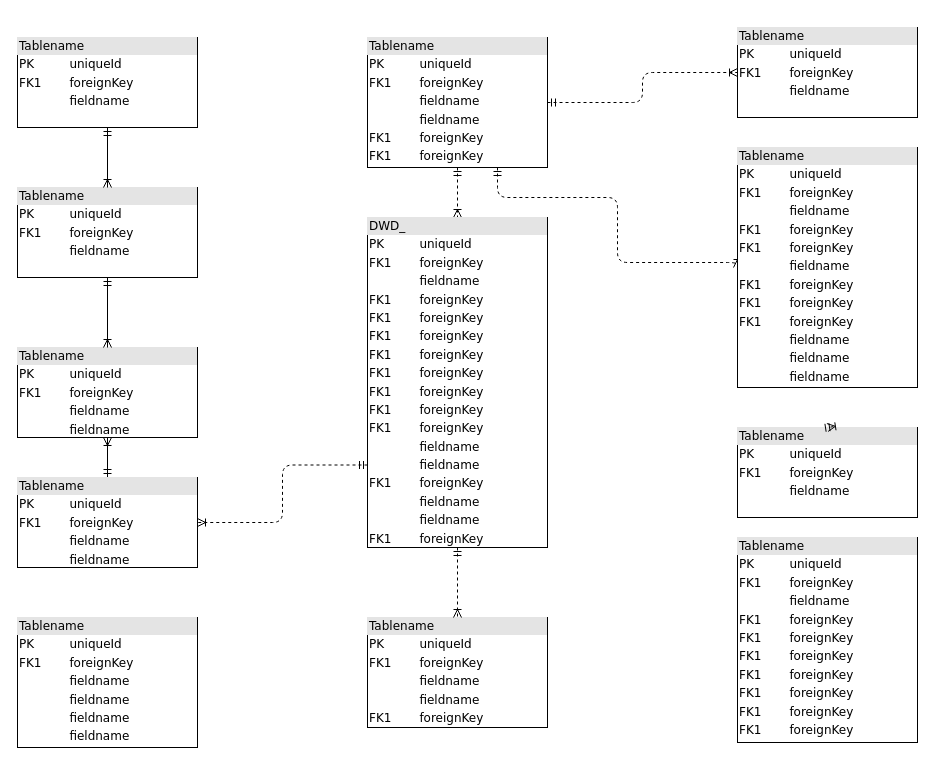
This is Untitled Diagram.drawio from YMS-QC/YMS-QC.github.io, a draw.io file, before an edit. Source tidied: cells renumbered, new cells numbered last; positions are measured from the earlier drawing's top-left corner, leaving out a move shared by most shapes. Both pictures are drawn from the tidied source at 100%, with x=0, y=0 at pixel (17, 27).
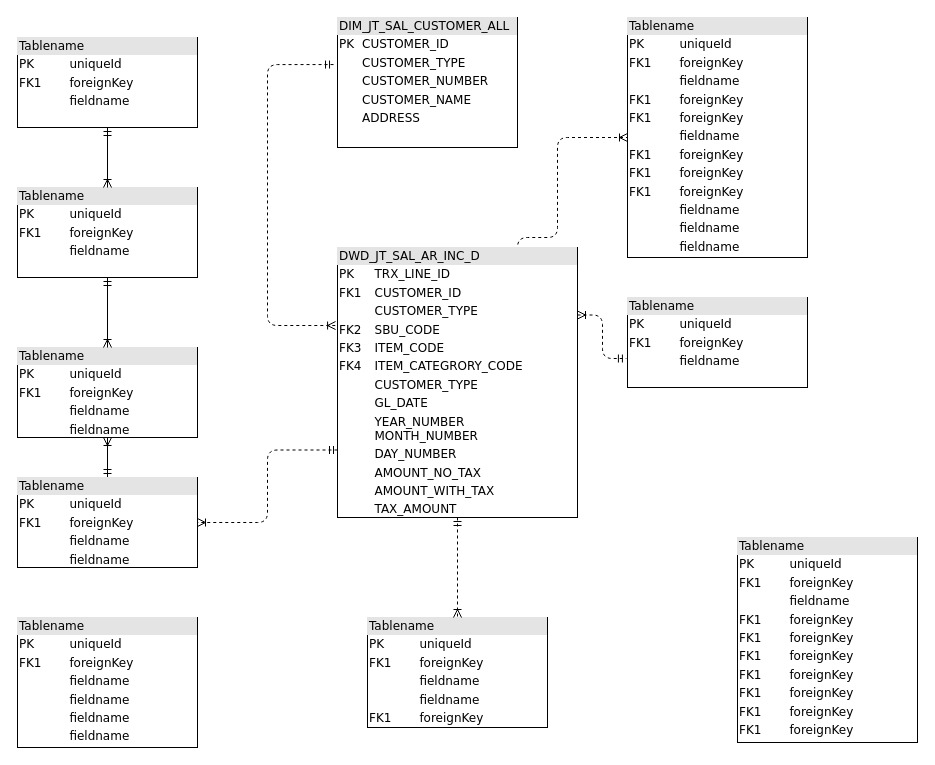
After the change.

What changed in the source:
```diff
@@
-    <mxCell id="3" style="edgeStyle=orthogonalEdgeStyle;html=1;entryX=0.5;entryY=0;dashed=1;labelBackgroundColor=none;startArrow=ERmandOne;endArrow=ERoneToMany;fontFamily=Verdana;fontSize=12;align=left;" parent="1" edge="1" source="6" target="16">
-      <mxGeometry relative="1" as="geometry" />
-    </mxCell>
-    <mxCell id="4" style="edgeStyle=orthogonalEdgeStyle;html=1;dashed=1;labelBackgroundColor=none;startArrow=ERmandOne;endArrow=ERoneToMany;fontFamily=Verdana;fontSize=12;align=left;entryX=0;entryY=0.5;" parent="1" edge="1" source="6" target="19">
+    <mxCell id="4" style="edgeStyle=orthogonalEdgeStyle;html=1;dashed=1;labelBackgroundColor=none;startArrow=ERmandOne;endArrow=ERoneToMany;fontFamily=Verdana;fontSize=12;align=left;entryX=0;entryY=0.5;exitX=0.75;exitY=0.056;exitDx=0;exitDy=0;exitPerimeter=0;rounded=1;" parent="1" edge="1" source="16" target="19">
       <mxGeometry relative="1" as="geometry">
         <Array as="points">
-          <mxPoint x="480" y="170" />
-          <mxPoint x="600" y="170" />
-          <mxPoint x="600" y="235" />
+          <mxPoint x="500" y="210" />
+          <mxPoint x="540" y="210" />
+          <mxPoint x="540" y="110" />
         </Array>
       </mxGeometry>
     </mxCell>
-    <mxCell id="5" style="edgeStyle=orthogonalEdgeStyle;html=1;dashed=1;labelBackgroundColor=none;startArrow=ERmandOne;endArrow=ERoneToMany;fontFamily=Verdana;fontSize=12;align=left;" parent="1" edge="1" source="6" target="20">
-      <mxGeometry relative="1" as="geometry" />
-    </mxCell>
-    <mxCell id="6" value="&lt;div style=&quot;box-sizing: border-box ; width: 100% ; background: #e4e4e4 ; padding: 2px&quot;&gt;Tablename&lt;/div&gt;&lt;table style=&quot;width: 100% ; font-size: 1em&quot; cellpadding=&quot;2&quot; cellspacing=&quot;0&quot;&gt;&lt;tbody&gt;&lt;tr&gt;&lt;td&gt;PK&lt;/td&gt;&lt;td&gt;uniqueId&lt;/td&gt;&lt;/tr&gt;&lt;tr&gt;&lt;td&gt;FK1&lt;/td&gt;&lt;td&gt;foreignKey&lt;/td&gt;&lt;/tr&gt;&lt;tr&gt;&lt;td&gt;&lt;/td&gt;&lt;td&gt;fieldname&lt;/td&gt;&lt;/tr&gt;&lt;tr&gt;&lt;td&gt;&lt;br&gt;&lt;/td&gt;&lt;td&gt;fieldname&lt;br&gt;&lt;/td&gt;&lt;/tr&gt;&lt;tr&gt;&lt;td&gt;FK1&lt;br&gt;&lt;/td&gt;&lt;td&gt;foreignKey&lt;br&gt;&lt;/td&gt;&lt;/tr&gt;&lt;tr&gt;&lt;td&gt;FK1&lt;br&gt;&lt;/td&gt;&lt;td&gt;foreignKey&lt;br&gt;&lt;/td&gt;&lt;/tr&gt;&lt;/tbody&gt;&lt;/table&gt;" style="verticalAlign=top;align=left;overflow=fill;html=1;rounded=0;shadow=0;comic=0;labelBackgroundColor=none;strokeWidth=1;fontFamily=Verdana;fontSize=12;" parent="1" vertex="1">
-      <mxGeometry x="350" y="10" width="180" height="130" as="geometry" />
+    <mxCell id="6" value="&lt;div style=&quot;box-sizing: border-box ; width: 100% ; background: #e4e4e4 ; padding: 2px&quot;&gt;DIM_JT_SAL_CUSTOMER_ALL&lt;/div&gt;&lt;table style=&quot;width: 100% ; font-size: 1em&quot; cellpadding=&quot;2&quot; cellspacing=&quot;0&quot;&gt;&lt;tbody&gt;&lt;tr&gt;&lt;td&gt;PK&lt;/td&gt;&lt;td&gt;CUSTOMER_ID&lt;/td&gt;&lt;/tr&gt;&lt;tr&gt;&lt;td&gt;&lt;br&gt;&lt;/td&gt;&lt;td&gt;CUSTOMER_TYPE&lt;/td&gt;&lt;/tr&gt;&lt;tr&gt;&lt;td&gt;&lt;/td&gt;&lt;td&gt;CUSTOMER_NUMBER&lt;/td&gt;&lt;/tr&gt;&lt;tr&gt;&lt;td&gt;&lt;br&gt;&lt;/td&gt;&lt;td&gt;CUSTOMER_NAME&lt;/td&gt;&lt;/tr&gt;&lt;tr&gt;&lt;td&gt;&lt;br&gt;&lt;/td&gt;&lt;td&gt;ADDRESS&lt;/td&gt;&lt;/tr&gt;&lt;tr&gt;&lt;td&gt;&lt;br&gt;&lt;/td&gt;&lt;td&gt;&lt;br&gt;&lt;/td&gt;&lt;/tr&gt;&lt;/tbody&gt;&lt;/table&gt;" style="verticalAlign=top;align=left;overflow=fill;html=1;rounded=0;shadow=0;comic=0;labelBackgroundColor=none;strokeWidth=1;fontFamily=Verdana;fontSize=12;" parent="1" vertex="1">
+      <mxGeometry x="320" y="-10" width="180" height="130" as="geometry" />
     </mxCell>
@@
+    <mxCell id="23" style="edgeStyle=orthogonalEdgeStyle;rounded=1;jettySize=auto;html=1;exitX=1;exitY=0.25;exitDx=0;exitDy=0;strokeColor=#000000;dashed=1;endArrow=ERmandOne;endFill=0;entryX=-0.006;entryY=0.678;entryDx=0;entryDy=0;entryPerimeter=0;startArrow=ERoneToMany;startFill=0;" parent="1" edge="1" source="16" target="17">
+      <mxGeometry relative="1" as="geometry" />
+    </mxCell>
-    <mxCell id="16" value="&lt;div style=&quot;box-sizing: border-box ; width: 100% ; background: #e4e4e4 ; padding: 2px&quot;&gt;DWD_&lt;/div&gt;&lt;table style=&quot;width: 100% ; font-size: 1em&quot; cellpadding=&quot;2&quot; cellspacing=&quot;0&quot;&gt;&lt;tbody&gt;&lt;tr&gt;&lt;td&gt;PK&lt;/td&gt;&lt;td&gt;uniqueId&lt;/td&gt;&lt;/tr&gt;&lt;tr&gt;&lt;td&gt;FK1&lt;/td&gt;&lt;td&gt;foreignKey&lt;/td&gt;&lt;/tr&gt;&lt;tr&gt;&lt;td&gt;&lt;/td&gt;&lt;td&gt;fieldname&lt;/td&gt;&lt;/tr&gt;&lt;tr&gt;&lt;td&gt;FK1&lt;br&gt;&lt;/td&gt;&lt;td&gt;foreignKey&lt;br&gt;&lt;/td&gt;&lt;/tr&gt;&lt;tr&gt;&lt;td&gt;FK1&lt;br&gt;&lt;/td&gt;&lt;td&gt;foreignKey&lt;br&gt;&lt;/td&gt;&lt;/tr&gt;&lt;tr&gt;&lt;td&gt;FK1&lt;br&gt;&lt;/td&gt;&lt;td&gt;foreignKey&lt;br&gt;&lt;/td&gt;&lt;/tr&gt;&lt;tr&gt;&lt;td&gt;FK1&lt;br&gt;&lt;/td&gt;&lt;td&gt;foreignKey&lt;br&gt;&lt;/td&gt;&lt;/tr&gt;&lt;tr&gt;&lt;td&gt;FK1&lt;br&gt;&lt;/td&gt;&lt;td&gt;foreignKey&lt;br&gt;&lt;/td&gt;&lt;/tr&gt;&lt;tr&gt;&lt;td&gt;FK1&lt;br&gt;&lt;/td&gt;&lt;td&gt;foreignKey&lt;br&gt;&lt;/td&gt;&lt;/tr&gt;&lt;tr&gt;&lt;td&gt;FK1&lt;br&gt;&lt;/td&gt;&lt;td&gt;foreignKey&lt;br&gt;&lt;/td&gt;&lt;/tr&gt;&lt;tr&gt;&lt;td&gt;FK1&lt;br&gt;&lt;/td&gt;&lt;td&gt;foreignKey&lt;br&gt;&lt;/td&gt;&lt;/tr&gt;&lt;tr&gt;&lt;td&gt;&lt;br&gt;&lt;/td&gt;&lt;td&gt;fieldname&lt;br&gt;&lt;/td&gt;&lt;/tr&gt;&lt;tr&gt;&lt;td&gt;&lt;br&gt;&lt;/td&gt;&lt;td&gt;fieldname&lt;br&gt;&lt;/td&gt;&lt;/tr&gt;&lt;tr&gt;&lt;td&gt;FK1&lt;br&gt;&lt;/td&gt;&lt;td&gt;foreignKey&lt;br&gt;&lt;/td&gt;&lt;/tr&gt;&lt;tr&gt;&lt;td&gt;&lt;br&gt;&lt;/td&gt;&lt;td&gt;fieldname&lt;br&gt;&lt;/td&gt;&lt;/tr&gt;&lt;tr&gt;&lt;td&gt;&lt;br&gt;&lt;/td&gt;&lt;td&gt;fieldname&lt;br&gt;&lt;/td&gt;&lt;/tr&gt;&lt;tr&gt;&lt;td&gt;FK1&lt;br&gt;&lt;/td&gt;&lt;td&gt;foreignKey&lt;br&gt;&lt;/td&gt;&lt;/tr&gt;&lt;/tbody&gt;&lt;/table&gt;" style="verticalAlign=top;align=left;overflow=fill;html=1;rounded=0;shadow=0;comic=0;labelBackgroundColor=none;strokeWidth=1;fontFamily=Verdana;fontSize=12;" parent="1" vertex="1">
-      <mxGeometry x="350" y="190" width="180" height="330" as="geometry" />
+    <mxCell id="16" value="&lt;div style=&quot;box-sizing: border-box ; width: 100% ; background: #e4e4e4 ; padding: 2px&quot;&gt;DWD_JT_SAL_AR_INC_D&lt;/div&gt;&lt;table style=&quot;width: 100% ; font-size: 1em&quot; cellpadding=&quot;2&quot; cellspacing=&quot;0&quot;&gt;&lt;tbody&gt;&lt;tr&gt;&lt;td&gt;PK&lt;/td&gt;&lt;td&gt;TRX_LINE_ID&lt;/td&gt;&lt;/tr&gt;&lt;tr&gt;&lt;td&gt;FK1&lt;/td&gt;&lt;td&gt;CUSTOMER_ID&lt;/td&gt;&lt;/tr&gt;&lt;tr&gt;&lt;td&gt;&lt;br&gt;&lt;/td&gt;&lt;td&gt;CUSTOMER_TYPE&lt;/td&gt;&lt;/tr&gt;&lt;tr&gt;&lt;td&gt;FK2&lt;br&gt;&lt;/td&gt;&lt;td&gt;SBU_CODE&lt;br&gt;&lt;/td&gt;&lt;/tr&gt;&lt;tr&gt;&lt;td&gt;FK3&lt;br&gt;&lt;/td&gt;&lt;td&gt;ITEM_CODE&lt;/td&gt;&lt;/tr&gt;&lt;tr&gt;&lt;td&gt;FK4&lt;br&gt;&lt;/td&gt;&lt;td&gt;ITEM_CATEGRORY_CODE&lt;/td&gt;&lt;/tr&gt;&lt;tr&gt;&lt;td&gt;&lt;br&gt;&lt;/td&gt;&lt;td&gt;CUSTOMER_TYPE&lt;/td&gt;&lt;/tr&gt;&lt;tr&gt;&lt;td&gt;&lt;br&gt;&lt;/td&gt;&lt;td&gt;GL_DATE&lt;br&gt;&lt;/td&gt;&lt;/tr&gt;&lt;tr&gt;&lt;td&gt;&lt;br&gt;&lt;/td&gt;&lt;td&gt;YEAR_NUMBER&lt;br&gt;MONTH_NUMBER&lt;/td&gt;&lt;/tr&gt;&lt;tr&gt;&lt;td&gt;&lt;br&gt;&lt;/td&gt;&lt;td&gt;DAY_NUMBER&lt;/td&gt;&lt;/tr&gt;&lt;tr&gt;&lt;td&gt;&lt;br&gt;&lt;/td&gt;&lt;td&gt;AMOUNT_NO_TAX&lt;/td&gt;&lt;/tr&gt;&lt;tr&gt;&lt;td&gt;&lt;br&gt;&lt;/td&gt;&lt;td&gt;AMOUNT_WITH_TAX&lt;/td&gt;&lt;/tr&gt;&lt;tr&gt;&lt;td&gt;&lt;br&gt;&lt;/td&gt;&lt;td&gt;TAX_AMOUNT&lt;/td&gt;&lt;/tr&gt;&lt;/tbody&gt;&lt;/table&gt;" style="verticalAlign=top;align=left;overflow=fill;html=1;rounded=0;shadow=0;comic=0;labelBackgroundColor=none;strokeWidth=1;fontFamily=Verdana;fontSize=12;" parent="1" vertex="1">
+      <mxGeometry x="320" y="220" width="240" height="270" as="geometry" />
     </mxCell>
     <mxCell id="17" value="&lt;div style=&quot;box-sizing:border-box;width:100%;background:#e4e4e4;padding:2px;&quot;&gt;Tablename&lt;/div&gt;&lt;table style=&quot;width:100%;font-size:1em;&quot; cellpadding=&quot;2&quot; cellspacing=&quot;0&quot;&gt;&lt;tr&gt;&lt;td&gt;PK&lt;/td&gt;&lt;td&gt;uniqueId&lt;/td&gt;&lt;/tr&gt;&lt;tr&gt;&lt;td&gt;FK1&lt;/td&gt;&lt;td&gt;foreignKey&lt;/td&gt;&lt;/tr&gt;&lt;tr&gt;&lt;td&gt;&lt;/td&gt;&lt;td&gt;fieldname&lt;/td&gt;&lt;/tr&gt;&lt;/table&gt;" style="verticalAlign=top;align=left;overflow=fill;html=1;rounded=0;shadow=0;comic=0;labelBackgroundColor=none;strokeWidth=1;fontFamily=Verdana;fontSize=12;" parent="1" vertex="1">
-      <mxGeometry x="720" y="400" width="180" height="90" as="geometry" />
+      <mxGeometry x="610" y="270" width="180" height="90" as="geometry" />
     </mxCell>
-    <mxCell id="18" style="edgeStyle=orthogonalEdgeStyle;html=1;entryX=0.5;entryY=0;dashed=1;labelBackgroundColor=none;startArrow=ERmandOne;endArrow=ERoneToMany;fontFamily=Verdana;fontSize=12;align=left;exitX=0.533;exitY=-0.01;exitDx=0;exitDy=0;exitPerimeter=0;" parent="1" edge="1" source="17" target="17">
-      <mxGeometry relative="1" as="geometry" />
-    </mxCell>
     <mxCell id="19" value="&lt;div style=&quot;box-sizing: border-box ; width: 100% ; background: #e4e4e4 ; padding: 2px&quot;&gt;Tablename&lt;/div&gt;&lt;table style=&quot;width: 100% ; font-size: 1em&quot; cellpadding=&quot;2&quot; cellspacing=&quot;0&quot;&gt;&lt;tbody&gt;&lt;tr&gt;&lt;td&gt;PK&lt;/td&gt;&lt;td&gt;uniqueId&lt;/td&gt;&lt;/tr&gt;&lt;tr&gt;&lt;td&gt;FK1&lt;/td&gt;&lt;td&gt;foreignKey&lt;/td&gt;&lt;/tr&gt;&lt;tr&gt;&lt;td&gt;&lt;/td&gt;&lt;td&gt;fieldname&lt;/td&gt;&lt;/tr&gt;&lt;tr&gt;&lt;td&gt;FK1&lt;br&gt;&lt;/td&gt;&lt;td&gt;foreignKey&lt;br&gt;&lt;/td&gt;&lt;/tr&gt;&lt;tr&gt;&lt;td&gt;FK1&lt;br&gt;&lt;/td&gt;&lt;td&gt;foreignKey&lt;br&gt;&lt;/td&gt;&lt;/tr&gt;&lt;tr&gt;&lt;td&gt;&lt;br&gt;&lt;/td&gt;&lt;td&gt;fieldname&lt;br&gt;&lt;/td&gt;&lt;/tr&gt;&lt;tr&gt;&lt;td&gt;FK1&lt;br&gt;&lt;/td&gt;&lt;td&gt;foreignKey&lt;br&gt;&lt;/td&gt;&lt;/tr&gt;&lt;tr&gt;&lt;td&gt;FK1&lt;br&gt;&lt;/td&gt;&lt;td&gt;foreignKey&lt;br&gt;&lt;/td&gt;&lt;/tr&gt;&lt;tr&gt;&lt;td&gt;FK1&lt;br&gt;&lt;/td&gt;&lt;td&gt;foreignKey&lt;br&gt;&lt;/td&gt;&lt;/tr&gt;&lt;tr&gt;&lt;td&gt;&lt;br&gt;&lt;/td&gt;&lt;td&gt;fieldname&lt;br&gt;&lt;/td&gt;&lt;/tr&gt;&lt;tr&gt;&lt;td&gt;&lt;br&gt;&lt;/td&gt;&lt;td&gt;fieldname&lt;br&gt;&lt;/td&gt;&lt;/tr&gt;&lt;tr&gt;&lt;td&gt;&lt;br&gt;&lt;/td&gt;&lt;td&gt;fieldname&lt;br&gt;&lt;/td&gt;&lt;/tr&gt;&lt;/tbody&gt;&lt;/table&gt;" style="verticalAlign=top;align=left;overflow=fill;html=1;rounded=0;shadow=0;comic=0;labelBackgroundColor=none;strokeWidth=1;fontFamily=Verdana;fontSize=12;" parent="1" vertex="1">
-      <mxGeometry x="720" y="120" width="180" height="240" as="geometry" />
+      <mxGeometry x="610" y="-10" width="180" height="240" as="geometry" />
     </mxCell>
-    <mxCell id="20" value="&lt;div style=&quot;box-sizing:border-box;width:100%;background:#e4e4e4;padding:2px;&quot;&gt;Tablename&lt;/div&gt;&lt;table style=&quot;width:100%;font-size:1em;&quot; cellpadding=&quot;2&quot; cellspacing=&quot;0&quot;&gt;&lt;tr&gt;&lt;td&gt;PK&lt;/td&gt;&lt;td&gt;uniqueId&lt;/td&gt;&lt;/tr&gt;&lt;tr&gt;&lt;td&gt;FK1&lt;/td&gt;&lt;td&gt;foreignKey&lt;/td&gt;&lt;/tr&gt;&lt;tr&gt;&lt;td&gt;&lt;/td&gt;&lt;td&gt;fieldname&lt;/td&gt;&lt;/tr&gt;&lt;/table&gt;" style="verticalAlign=top;align=left;overflow=fill;html=1;rounded=0;shadow=0;comic=0;labelBackgroundColor=none;strokeWidth=1;fontFamily=Verdana;fontSize=12;" parent="1" vertex="1">
-      <mxGeometry x="720" width="180" height="90" as="geometry" />
-    </mxCell>
@@
+    <mxCell id="3" style="edgeStyle=orthogonalEdgeStyle;html=1;dashed=1;labelBackgroundColor=none;startArrow=ERmandOne;endArrow=ERoneToMany;fontFamily=Verdana;fontSize=12;align=left;entryX=-0.008;entryY=0.289;exitX=-0.022;exitY=0.362;exitDx=0;exitDy=0;entryDx=0;entryDy=0;exitPerimeter=0;entryPerimeter=0;" parent="1" edge="1" source="6" target="16">
+      <mxGeometry relative="1" as="geometry">
+        <Array as="points">
+          <mxPoint x="250" y="37" />
+          <mxPoint x="250" y="298" />
+        </Array>
+      </mxGeometry>
+    </mxCell>
```
